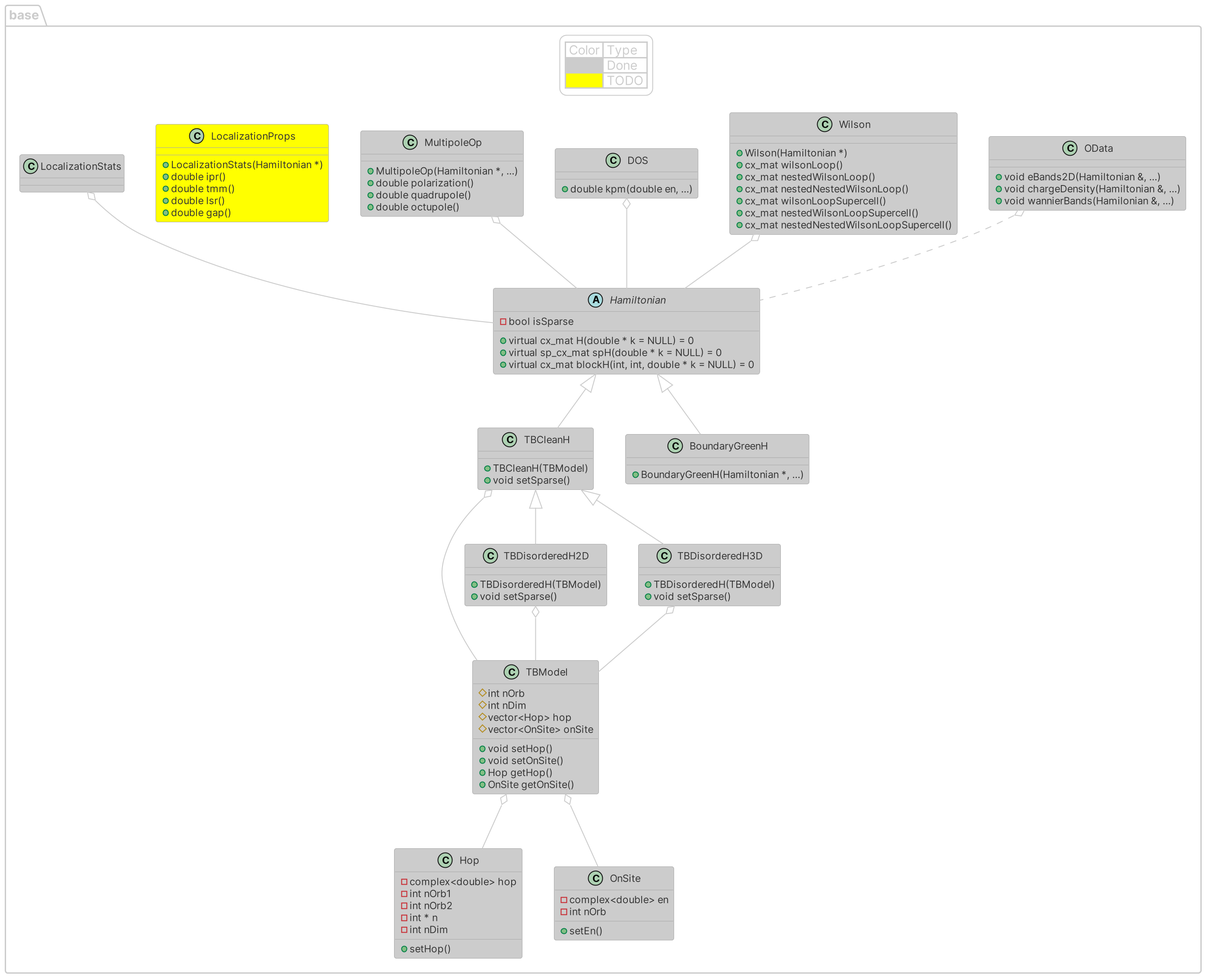
Before: diagram/diagram.png, a diagram exported from PlantUML (Hugo-loio/TIM).
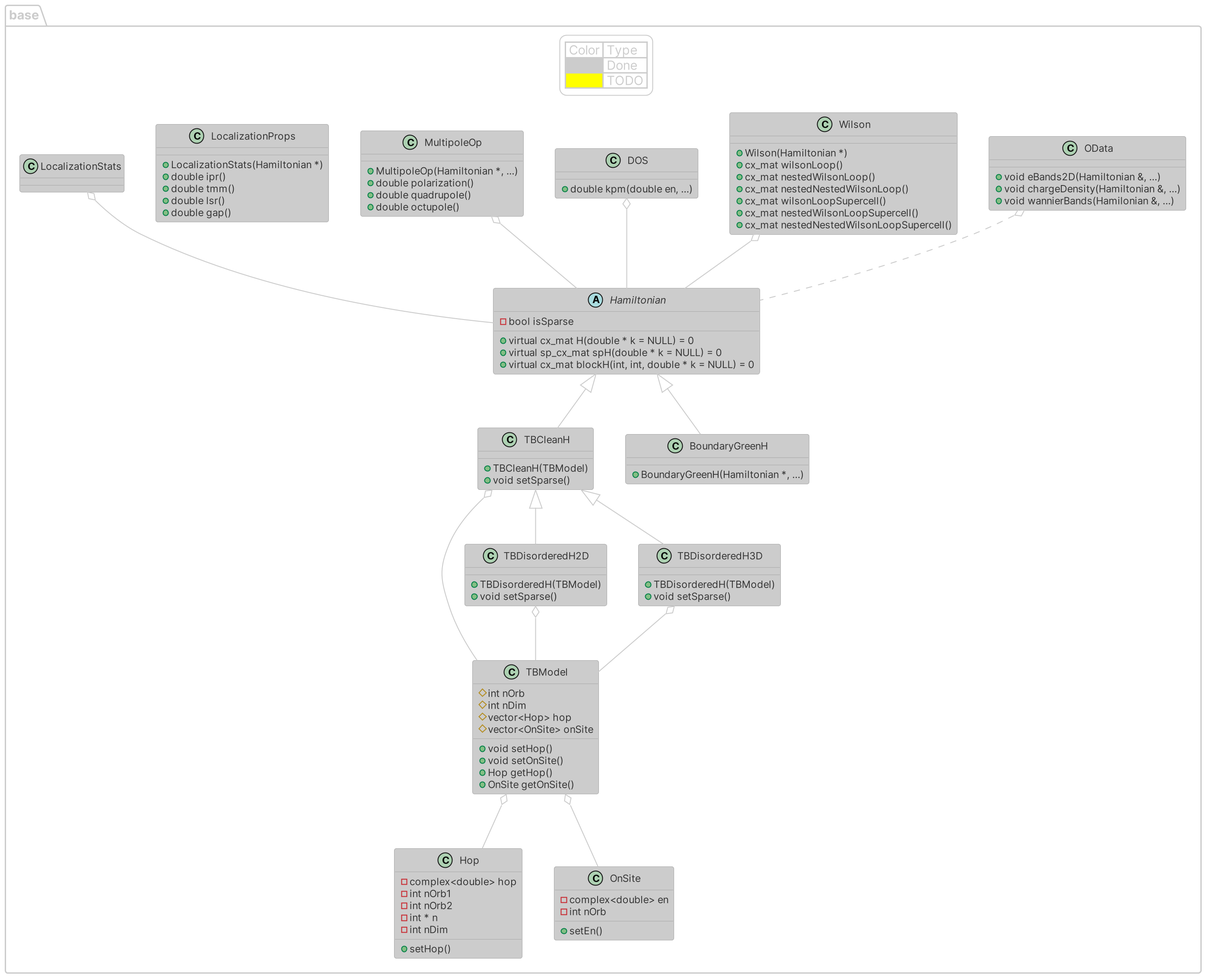
The same file after the commit.

What changed in the source:
```diff
@@ -66,7 +66,7 @@
   + double octupole()
 }
 
-class LocalizationProps #yellow{
+class LocalizationProps {
   + LocalizationStats(Hamiltonian *)
   + double ipr()
   + double tmm()
```
